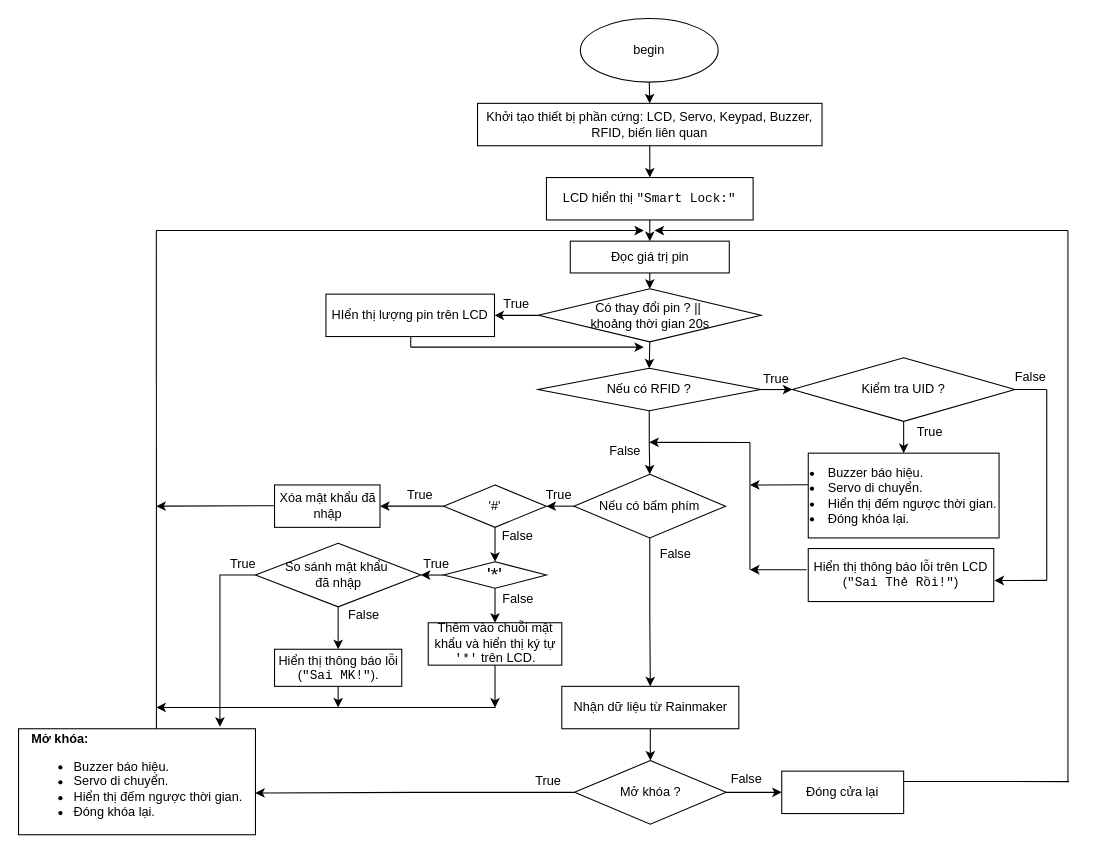
The draw.io diagram page "Khóa cửa thông minh" (2 of 3) of home.drawio in 106210049/Smart-home, before the edit. Source tidied: cells renumbered, new cells numbered last; positions are measured from the earlier drawing's top-left corner, leaving out a move shared by most shapes. Both pictures are drawn from the tidied source at 106%, with x=0, y=0 at pixel (18, 18).
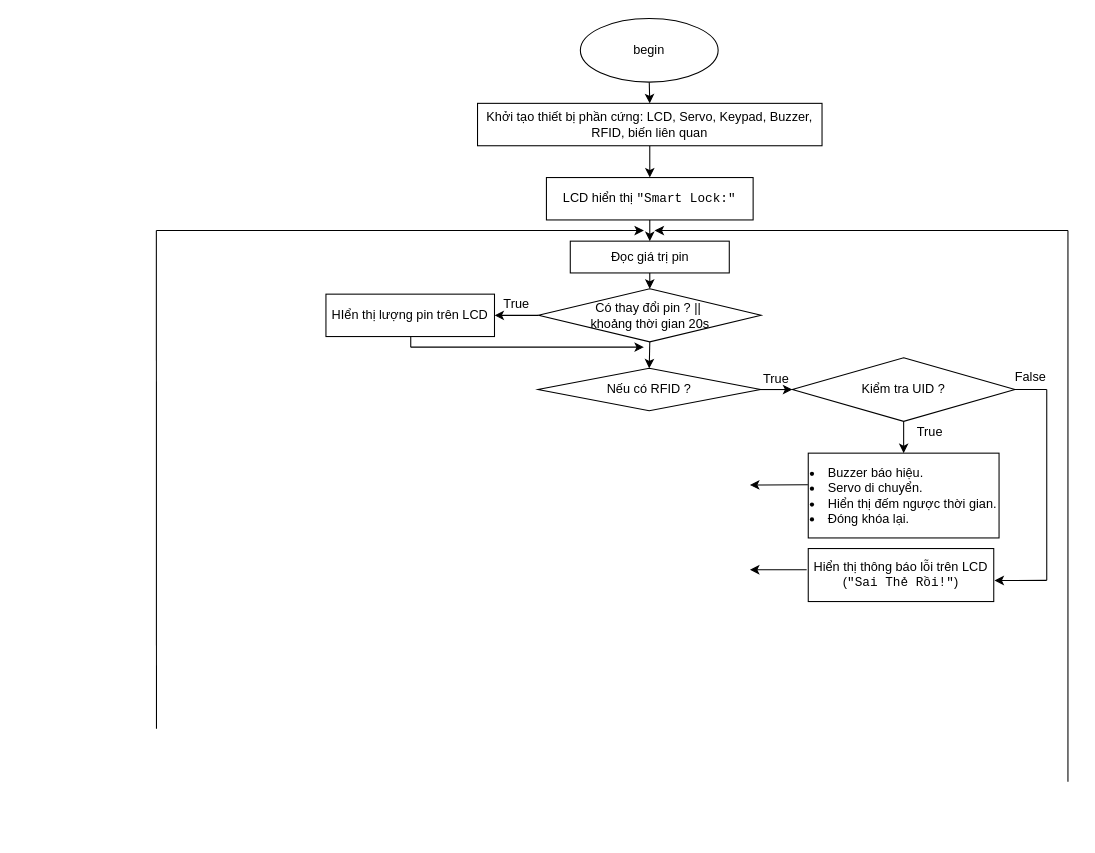
The same page after the edit.

Unchanged cells that the change refers to:
```xml
<mxCell id="16" value="Nếu có RFID ?" style="rhombus;whiteSpace=wrap;html=1;" parent="1" vertex="1">
  <mxGeometry x="490" y="330" width="210" height="40" as="geometry" />
</mxCell>
```

What changed in the source:
```diff
@@
-    <mxCell id="15" style="edgeStyle=orthogonalEdgeStyle;rounded=0;jettySize=auto;html=1;exitX=0.5;exitY=1;exitDx=0;exitDy=0;entryX=0.5;entryY=0;entryDx=0;entryDy=0;" parent="1" edge="1" source="16" target="30">
-      <mxGeometry relative="1" as="geometry" />
-    </mxCell>
@@
-    <mxCell id="28" style="edgeStyle=orthogonalEdgeStyle;rounded=0;jettySize=auto;html=1;exitX=0;exitY=0.5;exitDx=0;exitDy=0;entryX=1;entryY=0.5;entryDx=0;entryDy=0;" parent="1" edge="1" source="30" target="37">
-      <mxGeometry relative="1" as="geometry" />
-    </mxCell>
-    <mxCell id="29" style="edgeStyle=orthogonalEdgeStyle;rounded=0;jettySize=auto;html=1;exitX=0.5;exitY=1;exitDx=0;exitDy=0;entryX=0.5;entryY=0;entryDx=0;entryDy=0;" parent="1" edge="1" source="30" target="58">
-      <mxGeometry relative="1" as="geometry" />
-    </mxCell>
-    <mxCell id="30" value="Nếu có bấm phím" style="rhombus;whiteSpace=wrap;html=1;" parent="1" vertex="1">
-      <mxGeometry x="524" y="430" width="143" height="60" as="geometry" />
-    </mxCell>
-    <mxCell id="31" style="endArrow=none;html=1;rounded=0;" parent="1" edge="1">
-      <mxGeometry relative="1" as="geometry">
-        <mxPoint x="690" y="520" as="sourcePoint" />
-        <mxPoint x="690" y="400" as="targetPoint" />
-      </mxGeometry>
-    </mxCell>
-    <mxCell id="32" style="endArrow=classic;html=1;rounded=0;" parent="1" edge="1">
-      <mxGeometry relative="1" as="geometry">
-        <mxPoint x="690" y="400" as="sourcePoint" />
-        <mxPoint x="595" y="399.8" as="targetPoint" />
-      </mxGeometry>
-    </mxCell>
@@
-    <mxCell id="35" style="edgeStyle=orthogonalEdgeStyle;rounded=0;jettySize=auto;html=1;exitX=0;exitY=0.5;exitDx=0;exitDy=0;entryX=1;entryY=0.5;entryDx=0;entryDy=0;" parent="1" edge="1" source="37" target="38">
-      <mxGeometry relative="1" as="geometry" />
-    </mxCell>
-    <mxCell id="36" style="edgeStyle=orthogonalEdgeStyle;rounded=0;jettySize=auto;html=1;exitX=0.5;exitY=1;exitDx=0;exitDy=0;entryX=0.5;entryY=0;entryDx=0;entryDy=0;" parent="1" edge="1" source="37" target="42">
-      <mxGeometry relative="1" as="geometry" />
-    </mxCell>
-    <mxCell id="37" value="'#'" style="rhombus;whiteSpace=wrap;html=1;" parent="1" vertex="1">
-      <mxGeometry x="401" y="440" width="97" height="40" as="geometry" />
-    </mxCell>
-    <mxCell id="38" value="Xóa mật khẩu đã nhập" style="rounded=0;whiteSpace=wrap;html=1;" parent="1" vertex="1">
-      <mxGeometry x="241.5" y="440" width="99.5" height="40" as="geometry" />
-    </mxCell>
-    <mxCell id="39" value="True" style="text;strokeColor=none;align=center;fillColor=none;html=1;verticalAlign=middle;whiteSpace=wrap;rounded=0;" parent="1" vertex="1">
-      <mxGeometry x="349" y="440" width="60" height="20" as="geometry" />
-    </mxCell>
-    <mxCell id="40" style="edgeStyle=orthogonalEdgeStyle;rounded=0;jettySize=auto;html=1;exitX=0;exitY=0.5;exitDx=0;exitDy=0;entryX=1;entryY=0.5;entryDx=0;entryDy=0;" parent="1" edge="1" source="42" target="45">
-      <mxGeometry relative="1" as="geometry" />
-    </mxCell>
-    <mxCell id="41" style="edgeStyle=orthogonalEdgeStyle;rounded=0;jettySize=auto;html=1;exitX=0.5;exitY=1;exitDx=0;exitDy=0;entryX=0.5;entryY=0;entryDx=0;entryDy=0;" parent="1" edge="1" source="42" target="55">
-      <mxGeometry relative="1" as="geometry" />
-    </mxCell>
-    <mxCell id="42" value="&lt;font style=&quot;font-size: 18px;&quot;&gt;'*'&lt;/font&gt;" style="rhombus;whiteSpace=wrap;html=1;" parent="1" vertex="1">
-      <mxGeometry x="401" y="512.5" width="97" height="25" as="geometry" />
-    </mxCell>
-    <mxCell id="43" value="False" style="text;strokeColor=none;align=center;fillColor=none;html=1;verticalAlign=middle;whiteSpace=wrap;rounded=0;" parent="1" vertex="1">
-      <mxGeometry x="451" y="480" width="39.5" height="15" as="geometry" />
-    </mxCell>
-    <mxCell id="44" style="edgeStyle=orthogonalEdgeStyle;rounded=0;jettySize=auto;html=1;exitX=0.5;exitY=1;exitDx=0;exitDy=0;entryX=0.5;entryY=0;entryDx=0;entryDy=0;" parent="1" edge="1" source="45" target="50">
-      <mxGeometry relative="1" as="geometry" />
-    </mxCell>
-    <mxCell id="45" value="So sánh mật khẩu&amp;nbsp;&lt;div&gt;đã nhập&lt;/div&gt;" style="rhombus;whiteSpace=wrap;html=1;" parent="1" vertex="1">
-      <mxGeometry x="223.5" y="495" width="156" height="60" as="geometry" />
-    </mxCell>
-    <mxCell id="46" value="True" style="text;strokeColor=none;align=center;fillColor=none;html=1;verticalAlign=middle;whiteSpace=wrap;rounded=0;" parent="1" vertex="1">
-      <mxGeometry x="370" y="505" width="49" height="20" as="geometry" />
-    </mxCell>
-    <mxCell id="47" value="&lt;div style=&quot;text-align: justify;&quot;&gt;&lt;strong style=&quot;background-color: initial;&quot;&gt;Mở khóa:&lt;/strong&gt;&lt;/div&gt;&lt;ul&gt;&lt;li style=&quot;text-align: justify;&quot;&gt;Buzzer báo hiệu.&lt;/li&gt;&lt;li style=&quot;text-align: justify;&quot;&gt;Servo di chuyển.&lt;/li&gt;&lt;li style=&quot;text-align: justify;&quot;&gt;Hiển thị đếm ngược thời gian.&lt;/li&gt;&lt;li style=&quot;text-align: justify;&quot;&gt;Đóng khóa lại.&lt;/li&gt;&lt;/ul&gt;" style="rounded=0;whiteSpace=wrap;html=1;" parent="1" vertex="1">
-      <mxGeometry y="670" width="223.5" height="100" as="geometry" />
-    </mxCell>
-    <mxCell id="48" value="True" style="text;strokeColor=none;align=center;fillColor=none;html=1;verticalAlign=middle;whiteSpace=wrap;rounded=0;" parent="1" vertex="1">
-      <mxGeometry x="181.5" y="505" width="60" height="20" as="geometry" />
-    </mxCell>
-    <mxCell id="49" style="edgeStyle=orthogonalEdgeStyle;rounded=0;jettySize=auto;html=1;exitX=0.5;exitY=1;exitDx=0;exitDy=0;" parent="1" edge="1" source="50">
-      <mxGeometry relative="1" as="geometry">
-        <mxPoint x="301.5" y="650" as="targetPoint" />
-      </mxGeometry>
-    </mxCell>
-    <mxCell id="50" value="Hiển thị thông báo lỗi (&lt;code&gt;&quot;Sai MK!&quot;&lt;/code&gt;)." style="rounded=0;whiteSpace=wrap;html=1;" parent="1" vertex="1">
-      <mxGeometry x="241.5" y="595" width="120" height="35" as="geometry" />
-    </mxCell>
-    <mxCell id="51" value="False" style="text;strokeColor=none;align=center;fillColor=none;html=1;verticalAlign=middle;whiteSpace=wrap;rounded=0;" parent="1" vertex="1">
-      <mxGeometry x="296.2" y="555" width="60" height="15" as="geometry" />
-    </mxCell>
-    <mxCell id="52" value="False" style="text;strokeColor=none;align=center;fillColor=none;html=1;verticalAlign=middle;whiteSpace=wrap;rounded=0;" parent="1" vertex="1">
-      <mxGeometry x="550" y="400" width="45" height="15" as="geometry" />
-    </mxCell>
-    <mxCell id="53" value="True" style="text;strokeColor=none;align=center;fillColor=none;html=1;verticalAlign=middle;whiteSpace=wrap;rounded=0;" parent="1" vertex="1">
-      <mxGeometry x="480" y="440" width="60" height="20" as="geometry" />
-    </mxCell>
-    <mxCell id="54" style="edgeStyle=orthogonalEdgeStyle;rounded=0;jettySize=auto;html=1;exitX=0.5;exitY=1;exitDx=0;exitDy=0;" parent="1" edge="1" source="55">
-      <mxGeometry relative="1" as="geometry">
-        <mxPoint x="449.5" y="650.1" as="targetPoint" />
-      </mxGeometry>
-    </mxCell>
-    <mxCell id="55" value="Thêm vào chuỗi mật khẩu và hiển thị ký tự &lt;code&gt;'*'&lt;/code&gt; trên LCD." style="rounded=0;whiteSpace=wrap;html=1;" parent="1" vertex="1">
-      <mxGeometry x="386.5" y="570" width="126" height="40" as="geometry" />
-    </mxCell>
-    <mxCell id="56" value="False" style="text;strokeColor=none;align=center;fillColor=none;html=1;verticalAlign=middle;whiteSpace=wrap;rounded=0;" parent="1" vertex="1">
-      <mxGeometry x="449" y="540" width="45" height="15" as="geometry" />
-    </mxCell>
-    <mxCell id="57" style="edgeStyle=orthogonalEdgeStyle;rounded=0;jettySize=auto;html=1;exitX=0.5;exitY=1;exitDx=0;exitDy=0;entryX=0.5;entryY=0;entryDx=0;entryDy=0;" parent="1" edge="1" source="58" target="60">
-      <mxGeometry relative="1" as="geometry" />
-    </mxCell>
-    <mxCell id="58" value="Nhận dữ liệu từ Rainmaker" style="rounded=0;whiteSpace=wrap;html=1;" parent="1" vertex="1">
-      <mxGeometry x="512.5" y="630" width="167" height="40" as="geometry" />
-    </mxCell>
-    <mxCell id="59" style="edgeStyle=orthogonalEdgeStyle;rounded=0;jettySize=auto;html=1;exitX=1;exitY=0.5;exitDx=0;exitDy=0;entryX=0;entryY=0.5;entryDx=0;entryDy=0;" parent="1" edge="1" source="60" target="62">
-      <mxGeometry relative="1" as="geometry" />
-    </mxCell>
-    <mxCell id="60" value="Mở khóa ?" style="rhombus;whiteSpace=wrap;html=1;" parent="1" vertex="1">
-      <mxGeometry x="524.5" y="700" width="143" height="60" as="geometry" />
-    </mxCell>
-    <mxCell id="61" value="True" style="text;strokeColor=none;align=center;fillColor=none;html=1;verticalAlign=middle;whiteSpace=wrap;rounded=0;" parent="1" vertex="1">
-      <mxGeometry x="480" y="710" width="40" height="20" as="geometry" />
-    </mxCell>
-    <mxCell id="62" value="Đóng cửa lại" style="rounded=0;whiteSpace=wrap;html=1;" parent="1" vertex="1">
-      <mxGeometry x="720" y="710" width="115" height="40" as="geometry" />
-    </mxCell>
-    <mxCell id="63" value="False" style="text;strokeColor=none;align=center;fillColor=none;html=1;verticalAlign=middle;whiteSpace=wrap;rounded=0;" parent="1" vertex="1">
-      <mxGeometry x="667" y="710" width="39.5" height="15" as="geometry" />
-    </mxCell>
@@
-    <mxCell id="65" style="endArrow=none;html=1;rounded=0;" parent="1" edge="1">
-      <mxGeometry relative="1" as="geometry">
-        <mxPoint x="835" y="719.7" as="sourcePoint" />
-        <mxPoint x="991" y="719.9" as="targetPoint" />
-      </mxGeometry>
-    </mxCell>
@@
-    <mxCell id="68" style="endArrow=none;html=1;rounded=0;exitX=0.582;exitY=0;exitDx=0;exitDy=0;exitPerimeter=0;" parent="1" edge="1" source="47">
+    <mxCell id="68" style="endArrow=none;html=1;rounded=0;exitX=0.582;exitY=0;exitDx=0;exitDy=0;exitPerimeter=0;" parent="1" edge="1">
       <mxGeometry relative="1" as="geometry">
+        <mxPoint x="130.1" y="670" as="sourcePoint" />
         <mxPoint x="130" y="200" as="targetPoint" />
       </mxGeometry>
     </mxCell>
-    <mxCell id="69" style="edgeStyle=orthogonalEdgeStyle;rounded=0;jettySize=auto;html=1;exitX=0;exitY=0.5;exitDx=0;exitDy=0;entryX=0.85;entryY=-0.019;entryDx=0;entryDy=0;entryPerimeter=0;" parent="1" edge="1" source="45" target="47">
-      <mxGeometry relative="1" as="geometry" />
-    </mxCell>
-    <mxCell id="70" style="edgeStyle=orthogonalEdgeStyle;rounded=0;jettySize=auto;html=1;entryX=0.999;entryY=0.606;entryDx=0;entryDy=0;entryPerimeter=0;" parent="1" edge="1" source="60" target="47">
-      <mxGeometry relative="1" as="geometry" />
-    </mxCell>
-    <mxCell id="71" style="endArrow=classic;html=1;rounded=0;" parent="1" edge="1">
-      <mxGeometry relative="1" as="geometry">
-        <mxPoint x="241.5" y="459.6" as="sourcePoint" />
-        <mxPoint x="130" y="460" as="targetPoint" />
-      </mxGeometry>
-    </mxCell>
@@
-    <mxCell id="74" value="False" style="text;strokeColor=none;align=center;fillColor=none;html=1;verticalAlign=middle;whiteSpace=wrap;rounded=0;" parent="1" vertex="1">
-      <mxGeometry x="590" y="495" width="60" height="20" as="geometry" />
-    </mxCell>
-    <mxCell id="75" style="endArrow=classic;html=1;rounded=0;" parent="1" edge="1">
-      <mxGeometry relative="1" as="geometry">
-        <mxPoint x="450" y="650" as="sourcePoint" />
-        <mxPoint x="130" y="649.9" as="targetPoint" />
-      </mxGeometry>
-    </mxCell>
```
